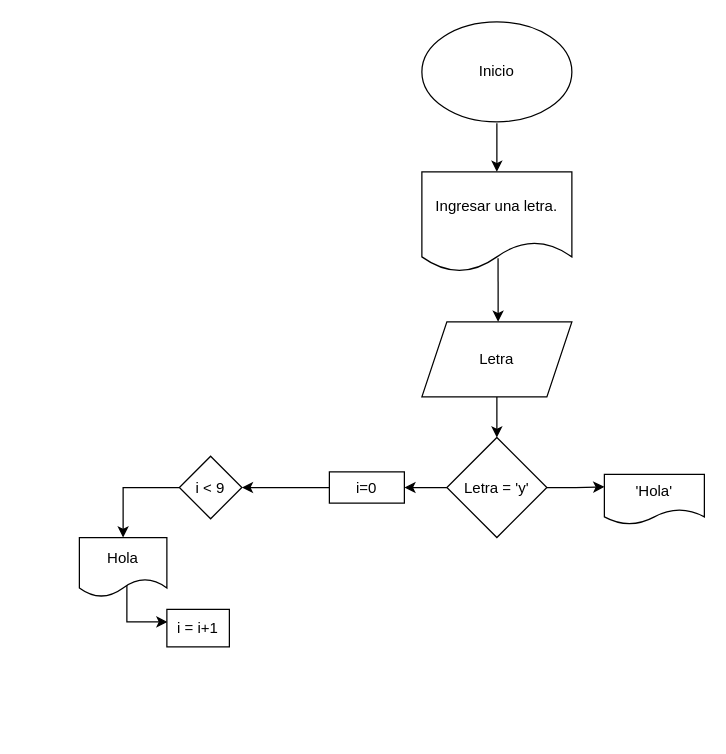
alejandrorestrepoj/DiagramaFlujo keeps this draw.io diagram as Diagrama sin título.drawio. Above is the earlier version. Source tidied: cells renumbered, new cells numbered last; positions are measured from the earlier drawing's top-left corner, leaving out a move shared by most shapes. Both pictures are drawn from the tidied source at 125%, with x=0, y=0 at pixel (79, 21).
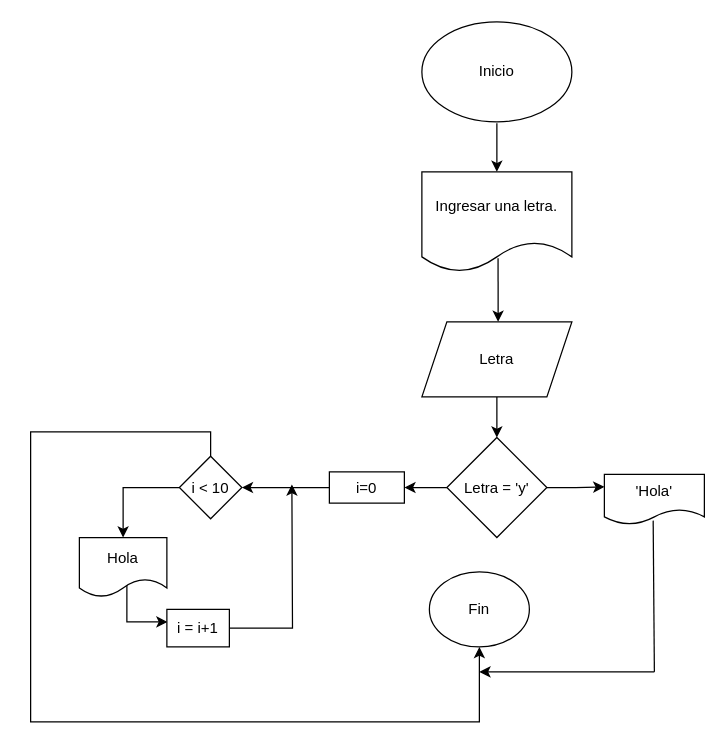
The same diagram, later.

The change refers to these unchanged cells:
```xml
<mxCell id="17" value="i = i+1" style="rounded=0;whiteSpace=wrap;html=1;" parent="1" vertex="1">
  <mxGeometry x="70" y="470" width="50" height="30" as="geometry" />
</mxCell>
<mxCell id="18" value="'Hola'" style="shape=document;whiteSpace=wrap;html=1;boundedLbl=1;" parent="1" vertex="1">
  <mxGeometry x="420" y="362" width="80" height="40" as="geometry" />
</mxCell>
```

Change to the diagram source:
```diff
@@
+    <mxCell id="19" style="edgeStyle=orthogonalEdgeStyle;rounded=0;jettySize=auto;html=1;exitX=0.5;exitY=0;exitDx=0;exitDy=0;entryX=0.5;entryY=1;entryDx=0;entryDy=0;" parent="1" edge="1" source="14" target="23">
+      <mxGeometry relative="1" as="geometry">
+        <Array as="points">
+          <mxPoint x="105" y="328" />
+          <mxPoint x="-39" y="328" />
+          <mxPoint x="-39" y="560" />
+          <mxPoint x="320" y="560" />
+        </Array>
+      </mxGeometry>
+    </mxCell>
-    <mxCell id="14" value="i &amp;lt; 9" style="rhombus;whiteSpace=wrap;html=1;" parent="1" vertex="1">
+    <mxCell id="14" value="i &amp;lt; 10" style="rhombus;whiteSpace=wrap;html=1;" parent="1" vertex="1">
       <mxGeometry x="80" y="347.5" width="50" height="50" as="geometry" />
     </mxCell>
@@
+    <mxCell id="20" style="edgeStyle=orthogonalEdgeStyle;rounded=0;jettySize=auto;html=1;exitX=1;exitY=0.5;exitDx=0;exitDy=0;" parent="1" edge="1" source="17">
+      <mxGeometry relative="1" as="geometry">
+        <mxPoint x="170" y="370" as="targetPoint" />
+      </mxGeometry>
+    </mxCell>
@@
+    <mxCell id="21" style="endArrow=none;html=1;rounded=0;entryX=0.488;entryY=0.925;entryDx=0;entryDy=0;entryPerimeter=0;" parent="1" edge="1" target="18">
+      <mxGeometry relative="1" as="geometry">
+        <mxPoint x="460" y="520" as="sourcePoint" />
+      </mxGeometry>
+    </mxCell>
+    <mxCell id="22" style="endArrow=classic;html=1;rounded=0;startSize=6;jumpSize=3;" parent="1" edge="1">
+      <mxGeometry relative="1" as="geometry">
+        <mxPoint x="460" y="520" as="sourcePoint" />
+        <mxPoint x="320" y="520" as="targetPoint" />
+      </mxGeometry>
+    </mxCell>
+    <mxCell id="23" value="Fin" style="ellipse;whiteSpace=wrap;html=1;" parent="1" vertex="1">
+      <mxGeometry x="280" y="440" width="80" height="60" as="geometry" />
+    </mxCell>
```
